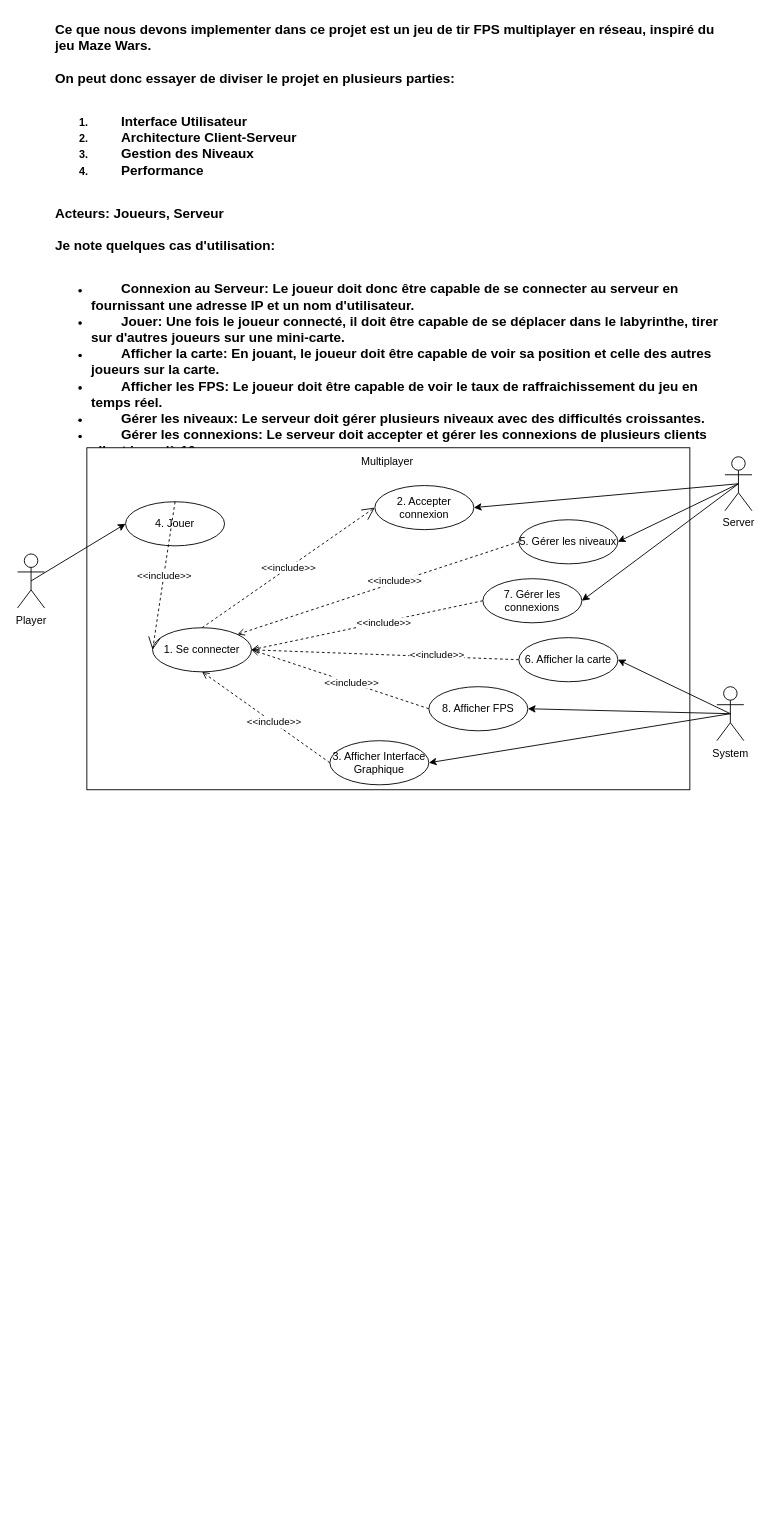
This is multiplayer.drawio from codinggoline/diagrams, a draw.io file, before an edit. Source tidied: cells renumbered, new cells numbered last; positions are measured from the earlier drawing's top-left corner, leaving out a move shared by most shapes. Both pictures are drawn from the tidied source at 90%, with x=0, y=0 at pixel (17, 15).
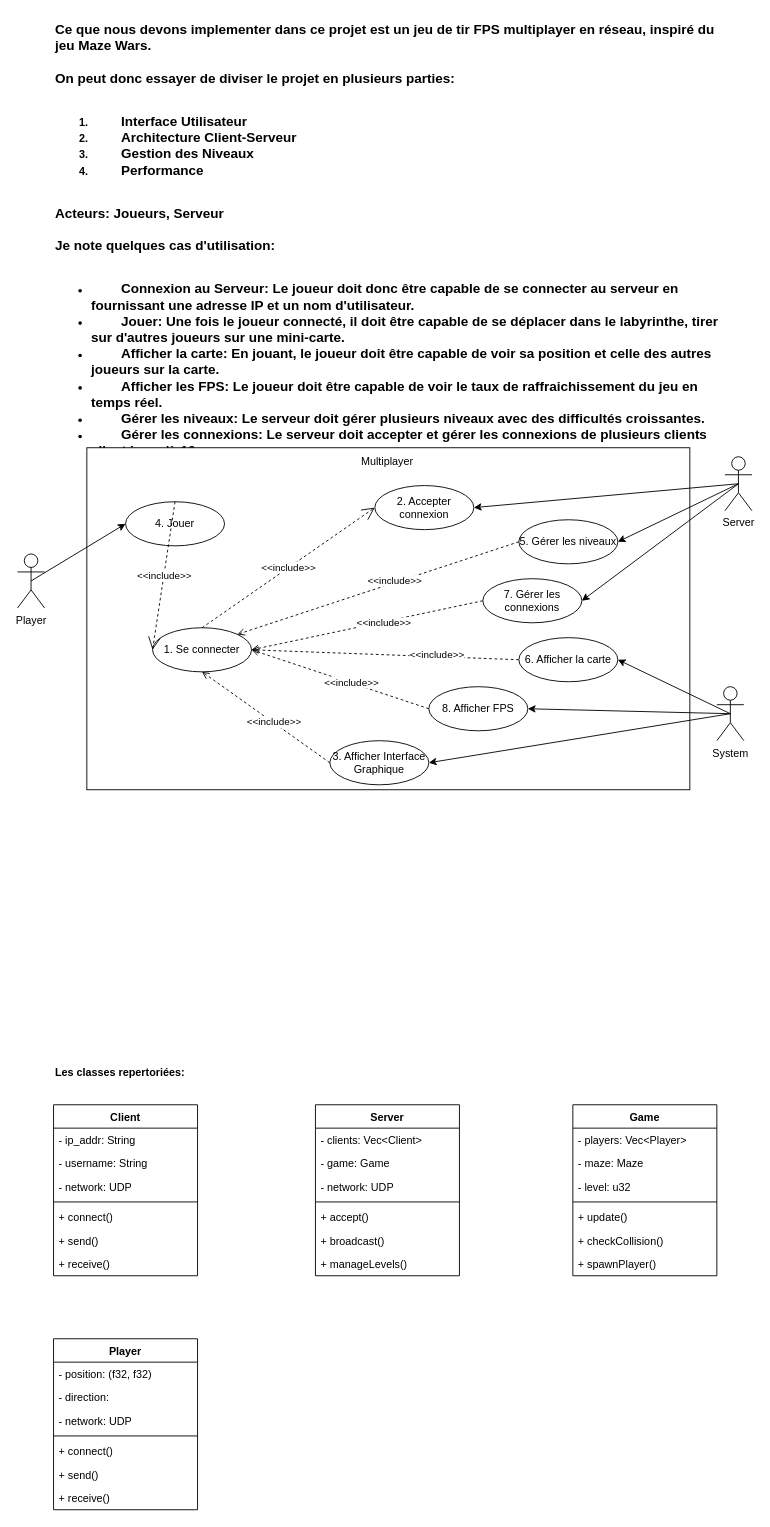
The same diagram, later.

Commit message:
Classe in progress

Diff of the diagram source:
```diff
@@
+    <mxCell id="35" value="&lt;div&gt;&lt;b&gt;Les classes repertoriées:&lt;/b&gt;&lt;/div&gt;" style="text;html=1;align=left;verticalAlign=top;whiteSpace=wrap;rounded=0;" parent="1" vertex="1">
+      <mxGeometry x="40" y="1160" width="750" height="30" as="geometry" />
+    </mxCell>
+    <mxCell id="36" value="Client" style="swimlane;fontStyle=1;align=center;verticalAlign=top;horizontal=1;startSize=26;whiteSpace=wrap;html=1;" parent="1" vertex="1">
+      <mxGeometry x="40" y="1210" width="160" height="190" as="geometry" />
+    </mxCell>
+    <mxCell id="37" value="- ip_addr: String" style="text;strokeColor=none;fillColor=none;align=left;verticalAlign=top;spacingLeft=4;spacingRight=4;overflow=hidden;whiteSpace=wrap;html=1;" parent="36" vertex="1">
+      <mxGeometry y="26" width="160" height="26" as="geometry" />
+    </mxCell>
+    <mxCell id="38" value="- username: String" style="text;strokeColor=none;fillColor=none;align=left;verticalAlign=top;spacingLeft=4;spacingRight=4;overflow=hidden;whiteSpace=wrap;html=1;" parent="36" vertex="1">
+      <mxGeometry y="52" width="160" height="26" as="geometry" />
+    </mxCell>
+    <mxCell id="39" value="- network: UDP" style="text;strokeColor=none;fillColor=none;align=left;verticalAlign=top;spacingLeft=4;spacingRight=4;overflow=hidden;whiteSpace=wrap;html=1;" parent="36" vertex="1">
+      <mxGeometry y="78" width="160" height="26" as="geometry" />
+    </mxCell>
+    <mxCell id="40" style="line;strokeWidth=1;fillColor=none;align=left;verticalAlign=middle;spacingTop=-1;spacingLeft=3;spacingRight=3;labelPosition=right;strokeColor=inherit;" parent="36" vertex="1">
+      <mxGeometry y="104" width="160" height="8" as="geometry" />
+    </mxCell>
+    <mxCell id="41" value="+ connect()" style="text;strokeColor=none;fillColor=none;align=left;verticalAlign=top;spacingLeft=4;spacingRight=4;overflow=hidden;whiteSpace=wrap;html=1;" parent="36" vertex="1">
+      <mxGeometry y="112" width="160" height="26" as="geometry" />
+    </mxCell>
+    <mxCell id="42" value="+ send()" style="text;strokeColor=none;fillColor=none;align=left;verticalAlign=top;spacingLeft=4;spacingRight=4;overflow=hidden;whiteSpace=wrap;html=1;" parent="36" vertex="1">
+      <mxGeometry y="138" width="160" height="26" as="geometry" />
+    </mxCell>
+    <mxCell id="43" value="+ receive()" style="text;strokeColor=none;fillColor=none;align=left;verticalAlign=top;spacingLeft=4;spacingRight=4;overflow=hidden;whiteSpace=wrap;html=1;" parent="36" vertex="1">
+      <mxGeometry y="164" width="160" height="26" as="geometry" />
+    </mxCell>
+    <mxCell id="44" value="Server" style="swimlane;fontStyle=1;align=center;verticalAlign=top;horizontal=1;startSize=26;whiteSpace=wrap;html=1;" parent="1" vertex="1">
+      <mxGeometry x="331" y="1210" width="160" height="190" as="geometry" />
+    </mxCell>
+    <mxCell id="45" value="- clients: Vec&amp;lt;Client&amp;gt;" style="text;strokeColor=none;fillColor=none;align=left;verticalAlign=top;spacingLeft=4;spacingRight=4;overflow=hidden;whiteSpace=wrap;html=1;" parent="44" vertex="1">
+      <mxGeometry y="26" width="160" height="26" as="geometry" />
+    </mxCell>
+    <mxCell id="46" value="- game: Game" style="text;strokeColor=none;fillColor=none;align=left;verticalAlign=top;spacingLeft=4;spacingRight=4;overflow=hidden;whiteSpace=wrap;html=1;" parent="44" vertex="1">
+      <mxGeometry y="52" width="160" height="26" as="geometry" />
+    </mxCell>
+    <mxCell id="47" value="- network: UDP" style="text;strokeColor=none;fillColor=none;align=left;verticalAlign=top;spacingLeft=4;spacingRight=4;overflow=hidden;whiteSpace=wrap;html=1;" parent="44" vertex="1">
+      <mxGeometry y="78" width="160" height="26" as="geometry" />
+    </mxCell>
+    <mxCell id="48" style="line;strokeWidth=1;fillColor=none;align=left;verticalAlign=middle;spacingTop=-1;spacingLeft=3;spacingRight=3;labelPosition=right;strokeColor=inherit;" parent="44" vertex="1">
+      <mxGeometry y="104" width="160" height="8" as="geometry" />
+    </mxCell>
+    <mxCell id="49" value="+ accept()" style="text;strokeColor=none;fillColor=none;align=left;verticalAlign=top;spacingLeft=4;spacingRight=4;overflow=hidden;whiteSpace=wrap;html=1;" parent="44" vertex="1">
+      <mxGeometry y="112" width="160" height="26" as="geometry" />
+    </mxCell>
+    <mxCell id="50" value="+ broadcast()" style="text;strokeColor=none;fillColor=none;align=left;verticalAlign=top;spacingLeft=4;spacingRight=4;overflow=hidden;whiteSpace=wrap;html=1;" parent="44" vertex="1">
+      <mxGeometry y="138" width="160" height="26" as="geometry" />
+    </mxCell>
+    <mxCell id="51" value="+ manageLevels()" style="text;strokeColor=none;fillColor=none;align=left;verticalAlign=top;spacingLeft=4;spacingRight=4;overflow=hidden;whiteSpace=wrap;html=1;" parent="44" vertex="1">
+      <mxGeometry y="164" width="160" height="26" as="geometry" />
+    </mxCell>
+    <mxCell id="52" value="Game" style="swimlane;fontStyle=1;align=center;verticalAlign=top;horizontal=1;startSize=26;whiteSpace=wrap;html=1;" parent="1" vertex="1">
+      <mxGeometry x="617" y="1210" width="160" height="190" as="geometry" />
+    </mxCell>
+    <mxCell id="53" value="- players: Vec&amp;lt;Player&amp;gt;" style="text;strokeColor=none;fillColor=none;align=left;verticalAlign=top;spacingLeft=4;spacingRight=4;overflow=hidden;whiteSpace=wrap;html=1;" parent="52" vertex="1">
+      <mxGeometry y="26" width="160" height="26" as="geometry" />
+    </mxCell>
+    <mxCell id="54" value="- maze: Maze" style="text;strokeColor=none;fillColor=none;align=left;verticalAlign=top;spacingLeft=4;spacingRight=4;overflow=hidden;whiteSpace=wrap;html=1;" parent="52" vertex="1">
+      <mxGeometry y="52" width="160" height="26" as="geometry" />
+    </mxCell>
+    <mxCell id="55" value="- level: u32" style="text;strokeColor=none;fillColor=none;align=left;verticalAlign=top;spacingLeft=4;spacingRight=4;overflow=hidden;whiteSpace=wrap;html=1;" parent="52" vertex="1">
+      <mxGeometry y="78" width="160" height="26" as="geometry" />
+    </mxCell>
+    <mxCell id="56" style="line;strokeWidth=1;fillColor=none;align=left;verticalAlign=middle;spacingTop=-1;spacingLeft=3;spacingRight=3;labelPosition=right;strokeColor=inherit;" parent="52" vertex="1">
+      <mxGeometry y="104" width="160" height="8" as="geometry" />
+    </mxCell>
+    <mxCell id="57" value="+ update()" style="text;strokeColor=none;fillColor=none;align=left;verticalAlign=top;spacingLeft=4;spacingRight=4;overflow=hidden;whiteSpace=wrap;html=1;" parent="52" vertex="1">
+      <mxGeometry y="112" width="160" height="26" as="geometry" />
+    </mxCell>
+    <mxCell id="58" value="+ checkCollision()" style="text;strokeColor=none;fillColor=none;align=left;verticalAlign=top;spacingLeft=4;spacingRight=4;overflow=hidden;whiteSpace=wrap;html=1;" parent="52" vertex="1">
+      <mxGeometry y="138" width="160" height="26" as="geometry" />
+    </mxCell>
+    <mxCell id="59" value="+ spawnPlayer()" style="text;strokeColor=none;fillColor=none;align=left;verticalAlign=top;spacingLeft=4;spacingRight=4;overflow=hidden;whiteSpace=wrap;html=1;" parent="52" vertex="1">
+      <mxGeometry y="164" width="160" height="26" as="geometry" />
+    </mxCell>
+    <mxCell id="60" value="Player" style="swimlane;fontStyle=1;align=center;verticalAlign=top;horizontal=1;startSize=26;whiteSpace=wrap;html=1;" parent="1" vertex="1">
+      <mxGeometry x="40" y="1470" width="160" height="190" as="geometry" />
+    </mxCell>
+    <mxCell id="61" value="- position: (f32, f32)" style="text;strokeColor=none;fillColor=none;align=left;verticalAlign=top;spacingLeft=4;spacingRight=4;overflow=hidden;whiteSpace=wrap;html=1;" parent="60" vertex="1">
+      <mxGeometry y="26" width="160" height="26" as="geometry" />
+    </mxCell>
+    <mxCell id="62" value="- direction: " style="text;strokeColor=none;fillColor=none;align=left;verticalAlign=top;spacingLeft=4;spacingRight=4;overflow=hidden;whiteSpace=wrap;html=1;" parent="60" vertex="1">
+      <mxGeometry y="52" width="160" height="26" as="geometry" />
+    </mxCell>
+    <mxCell id="63" value="- network: UDP" style="text;strokeColor=none;fillColor=none;align=left;verticalAlign=top;spacingLeft=4;spacingRight=4;overflow=hidden;whiteSpace=wrap;html=1;" parent="60" vertex="1">
+      <mxGeometry y="78" width="160" height="26" as="geometry" />
+    </mxCell>
+    <mxCell id="64" style="line;strokeWidth=1;fillColor=none;align=left;verticalAlign=middle;spacingTop=-1;spacingLeft=3;spacingRight=3;labelPosition=right;strokeColor=inherit;" parent="60" vertex="1">
+      <mxGeometry y="104" width="160" height="8" as="geometry" />
+    </mxCell>
+    <mxCell id="65" value="+ connect()" style="text;strokeColor=none;fillColor=none;align=left;verticalAlign=top;spacingLeft=4;spacingRight=4;overflow=hidden;whiteSpace=wrap;html=1;" parent="60" vertex="1">
+      <mxGeometry y="112" width="160" height="26" as="geometry" />
+    </mxCell>
+    <mxCell id="66" value="+ send()" style="text;strokeColor=none;fillColor=none;align=left;verticalAlign=top;spacingLeft=4;spacingRight=4;overflow=hidden;whiteSpace=wrap;html=1;" parent="60" vertex="1">
+      <mxGeometry y="138" width="160" height="26" as="geometry" />
+    </mxCell>
+    <mxCell id="67" value="+ receive()" style="text;strokeColor=none;fillColor=none;align=left;verticalAlign=top;spacingLeft=4;spacingRight=4;overflow=hidden;whiteSpace=wrap;html=1;" parent="60" vertex="1">
+      <mxGeometry y="164" width="160" height="26" as="geometry" />
+    </mxCell>
```
